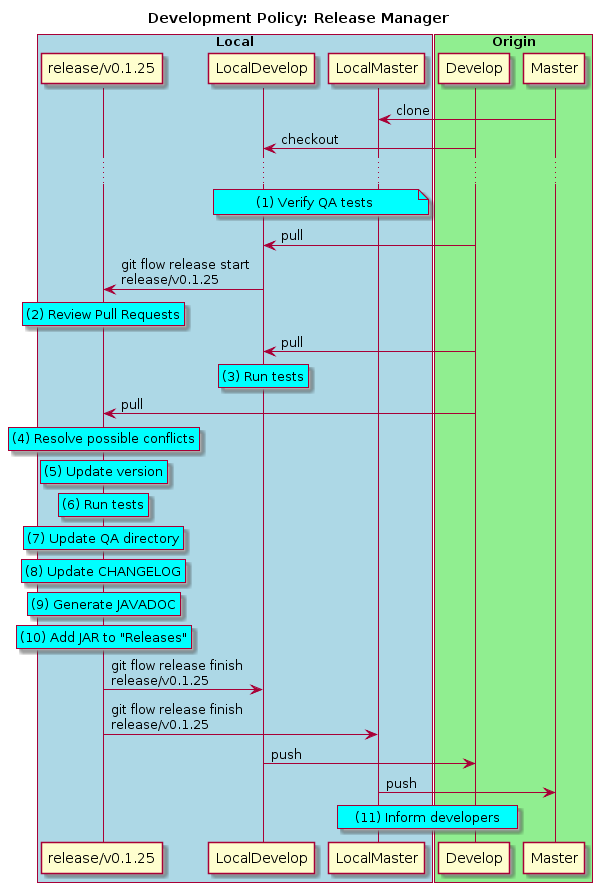
isa-group/aml keeps this PlantUML diagram as images/develpolicy-rm.png. Above is the earlier version.
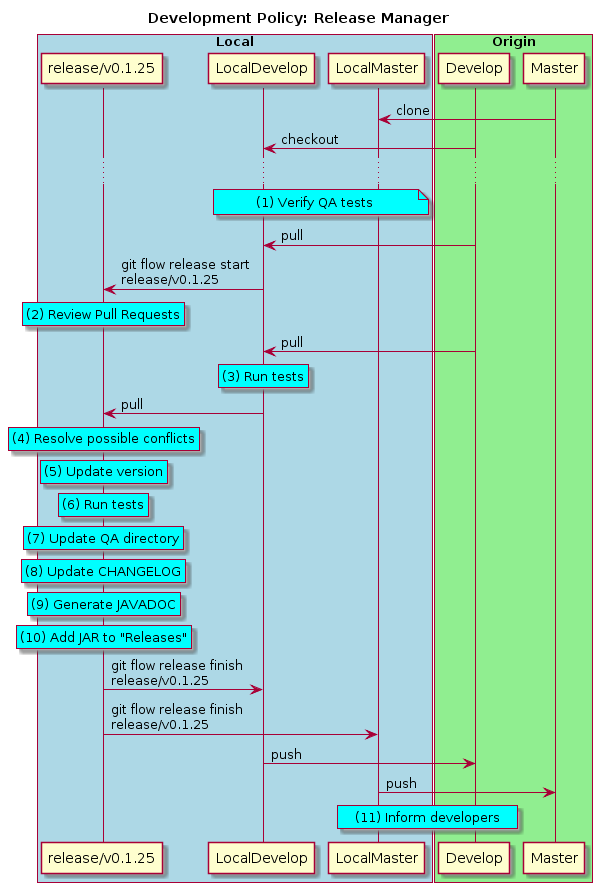
Later version of the same file.

What changed in the source:
```diff
@@ -29,7 +29,7 @@
 
 rnote over "LocalDevelop" #aqua: (3) Run tests
 
-Develop -> "release/v0.1.25": pull
+LocalDevelop -> "release/v0.1.25": pull
 
 rnote over "release/v0.1.25" #aqua: (4) Resolve possible conflicts
 rnote over "release/v0.1.25" #aqua: (5) Update version
```
